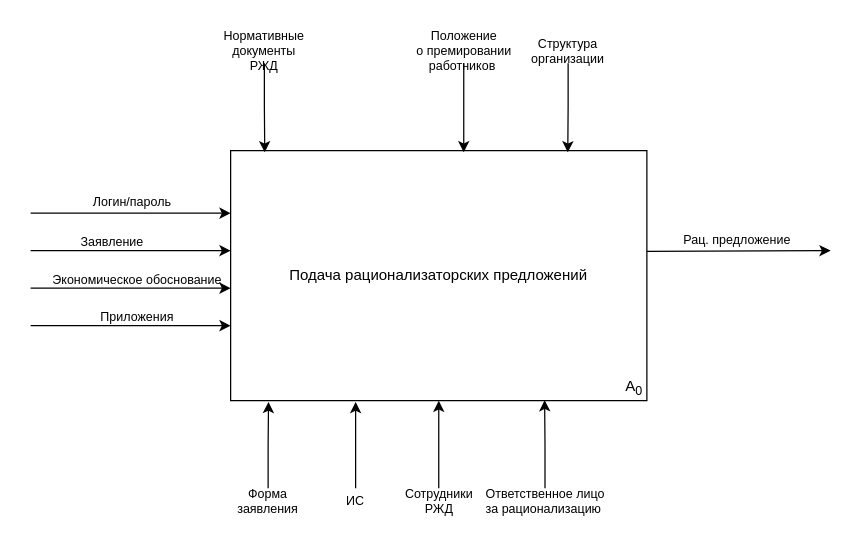
Before: page "IDEF0" (1 of 4) of IDEF0.drawio in Ideas-maker/diagram, a draw.io diagram. Source tidied: cells renumbered, new cells numbered last; positions are measured from the earlier drawing's top-left corner, leaving out a move shared by most shapes. Both pictures are drawn from the tidied source at 125%, with x=0, y=0 at pixel (30, 38).
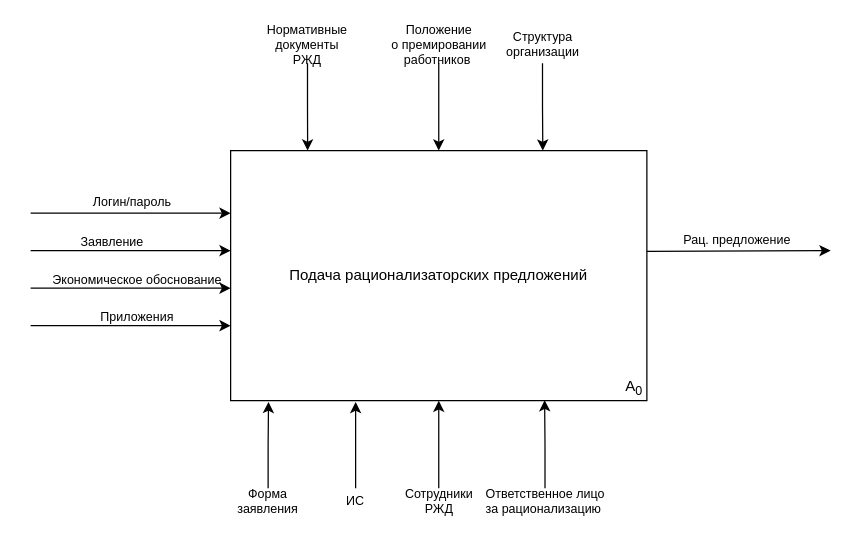
Above is the later version.

The change refers to these unchanged cells:
```xml
<mxCell id="2" value="Подача рационализаторских предложений" style="rounded=0;whiteSpace=wrap;html=1;" parent="1" vertex="1">
  <mxGeometry x="160" y="90" width="333" height="200" as="geometry" />
</mxCell>
```

Change to the diagram source:
```diff
@@
-    <mxCell id="8" style="edgeStyle=orthogonalEdgeStyle;rounded=0;jettySize=auto;html=1;exitX=0.5;exitY=1;exitDx=0;exitDy=0;entryX=0.082;entryY=0.007;entryDx=0;entryDy=0;entryPerimeter=0;fontSize=10;" parent="1" edge="1" source="9" target="2">
+    <mxCell id="8" style="edgeStyle=orthogonalEdgeStyle;rounded=0;jettySize=auto;html=1;exitX=0.5;exitY=1;exitDx=0;exitDy=0;entryX=0.185;entryY=0;entryDx=0;entryDy=0;entryPerimeter=0;fontSize=10;" parent="1" edge="1" source="9" target="2">
       <mxGeometry relative="1" as="geometry" />
     </mxCell>
     <mxCell id="9" value="Нормативные документы РЖД" style="text;html=1;strokeColor=none;fillColor=none;align=center;verticalAlign=middle;whiteSpace=wrap;rounded=0;fontSize=10;" parent="1" vertex="1">
-      <mxGeometry x="167" width="40" height="20" as="geometry" />
+      <mxGeometry x="190" y="-10" width="63" height="30" as="geometry" />
     </mxCell>
@@
-    <mxCell id="12" style="edgeStyle=orthogonalEdgeStyle;rounded=0;jettySize=auto;html=1;exitX=0.5;exitY=1;exitDx=0;exitDy=0;entryX=0.56;entryY=0.007;entryDx=0;entryDy=0;entryPerimeter=0;fontSize=10;" parent="1" edge="1" source="13" target="2">
+    <mxCell id="12" style="edgeStyle=orthogonalEdgeStyle;rounded=0;jettySize=auto;html=1;exitX=0.5;exitY=1;exitDx=0;exitDy=0;entryX=0.5;entryY=0;entryDx=0;entryDy=0;fontSize=10;" parent="1" edge="1" source="13" target="2">
       <mxGeometry relative="1" as="geometry" />
     </mxCell>
     <mxCell id="13" value="&lt;font style=&quot;font-size: 10px&quot;&gt;Положение о&amp;nbsp;&lt;span style=&quot;line-height: 107% ; font-family: &amp;#34;calibri&amp;#34; , sans-serif&quot;&gt;премировании работников&amp;nbsp;&lt;/span&gt;&lt;/font&gt;" style="text;html=1;strokeColor=none;fillColor=none;align=center;verticalAlign=middle;whiteSpace=wrap;rounded=0;fontSize=10;" parent="1" vertex="1">
-      <mxGeometry x="326.5" width="40" height="20" as="geometry" />
+      <mxGeometry x="291.5" y="-10" width="70" height="30" as="geometry" />
     </mxCell>
@@
-    <mxCell id="16" style="edgeStyle=orthogonalEdgeStyle;rounded=0;jettySize=auto;html=1;exitX=0.5;exitY=1;exitDx=0;exitDy=0;entryX=0.81;entryY=0.007;entryDx=0;entryDy=0;entryPerimeter=0;fontSize=10;" parent="1" edge="1" source="17" target="2">
+    <mxCell id="16" style="edgeStyle=orthogonalEdgeStyle;rounded=0;jettySize=auto;html=1;exitX=0.5;exitY=1;exitDx=0;exitDy=0;entryX=0.75;entryY=0;entryDx=0;entryDy=0;fontSize=10;" parent="1" edge="1" source="17" target="2">
       <mxGeometry relative="1" as="geometry" />
     </mxCell>
     <mxCell id="17" value="Структура организации" style="text;html=1;strokeColor=none;fillColor=none;align=center;verticalAlign=middle;whiteSpace=wrap;rounded=0;fontSize=10;" parent="1" vertex="1">
-      <mxGeometry x="410" width="40" height="20" as="geometry" />
+      <mxGeometry x="379.5" y="-10" width="60" height="30" as="geometry" />
     </mxCell>
```
